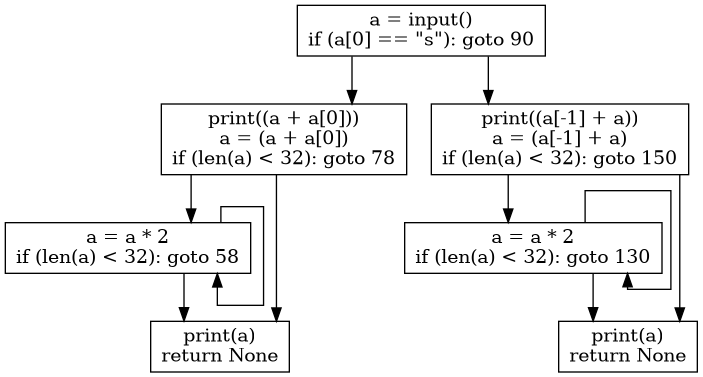
The Graphviz diagram output.gv.png in N-tHunters/zmeeed, before a commit. Its source is kept beside it as output.gv. Source of this version:
```dot
digraph {
	graph [splines=ortho]
	node [shape=box]
	0 [label="a = input()
if (a[0] == \"s\"): goto 90"]
	1 [label="print((a + a[0]))
a = (a + a[0])
if (len(a) < 32): goto 78"]
	2 [label="a = a * 2
if (len(a) < 32): goto 58"]
	3 [label="print(a)
return None"]
	4 [label="print((a[-1] + a))
a = (a[-1] + a)
if (len(a) < 32): goto 150"]
	5 [label="a = a * 2
if (len(a) < 32): goto 130"]
	6 [label="print(a)
return None"]
	0 -> 4
	0 -> 1
	1 -> 3
	1 -> 2
	2 -> 2
	2 -> 3
	4 -> 6
	4 -> 5
	5 -> 5
	5 -> 6
}
```
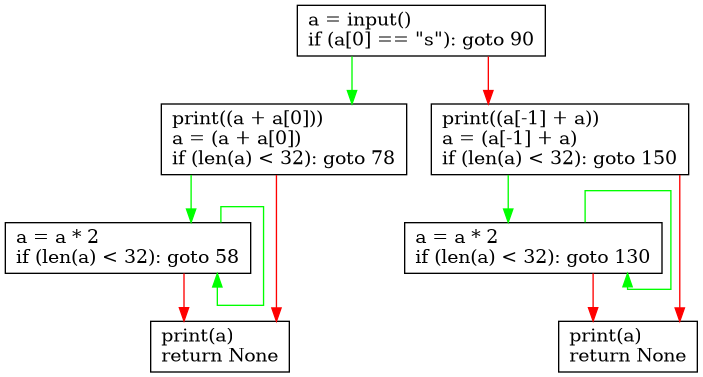
The same file after the commit.

Change to the diagram source:
```diff
@@ -1,30 +1,21 @@
 digraph {
 	graph [splines=ortho]
 	node [shape=box]
-	0 [label="a = input()
-if (a[0] == \"s\"): goto 90"]
-	1 [label="print((a + a[0]))
-a = (a + a[0])
-if (len(a) < 32): goto 78"]
-	2 [label="a = a * 2
-if (len(a) < 32): goto 58"]
-	3 [label="print(a)
-return None"]
-	4 [label="print((a[-1] + a))
-a = (a[-1] + a)
-if (len(a) < 32): goto 150"]
-	5 [label="a = a * 2
-if (len(a) < 32): goto 130"]
-	6 [label="print(a)
-return None"]
-	0 -> 4
-	0 -> 1
-	1 -> 3
-	1 -> 2
-	2 -> 2
-	2 -> 3
-	4 -> 6
-	4 -> 5
-	5 -> 5
-	5 -> 6
+	0 [label="a = input()\lif (a[0] == \"s\"): goto 90"]
+	1 [label="print((a + a[0]))\la = (a + a[0])\lif (len(a) < 32): goto 78"]
+	2 [label="a = a * 2\lif (len(a) < 32): goto 58"]
+	3 [label="print(a)\lreturn None"]
+	4 [label="print((a[-1] + a))\la = (a[-1] + a)\lif (len(a) < 32): goto 150"]
+	5 [label="a = a * 2\lif (len(a) < 32): goto 130"]
+	6 [label="print(a)\lreturn None"]
+	0 -> 4 [color=red]
+	0 -> 1 [color=green]
+	1 -> 3 [color=red]
+	1 -> 2 [color=green]
+	2 -> 2 [color=green]
+	2 -> 3 [color=red]
+	4 -> 6 [color=red]
+	4 -> 5 [color=green]
+	5 -> 5 [color=green]
+	5 -> 6 [color=red]
 }
```
